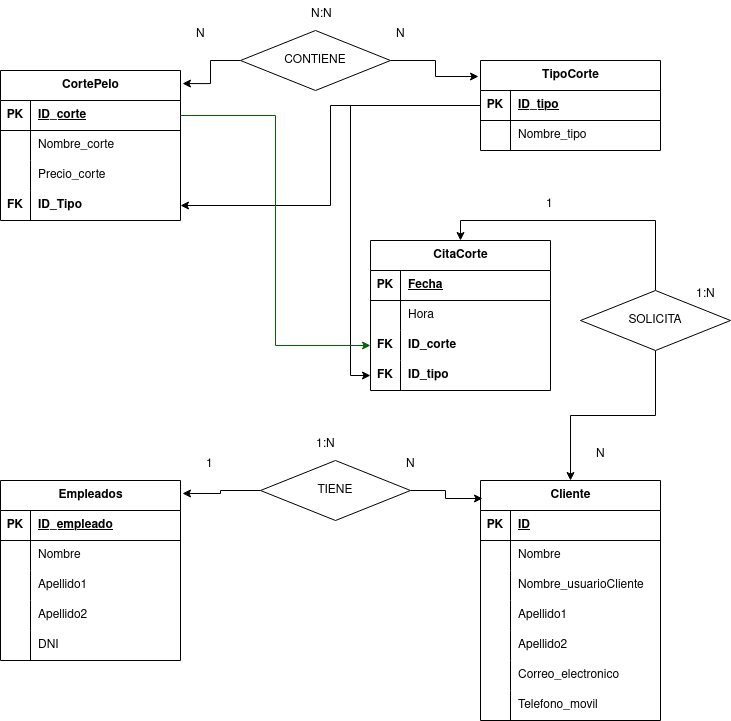
This is doc/entidad_relacion/DrawIO/Entidad-Relacion.png from Jorgeev27/Servicio-Peluqueria, a draw.io export, as it was before one commit. Source tidied: cells renumbered, new cells last; positions are measured from the earlier drawing's top-left corner, leaving out a move shared by most shapes.
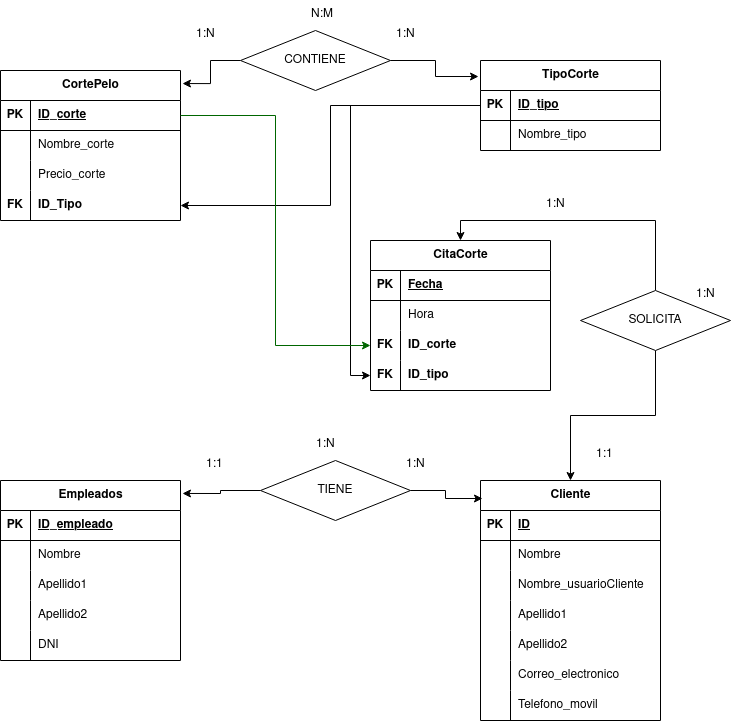
Above is the later version.

Change to the diagram source:
```diff
@@ -233,10 +233,10 @@
     <mxCell id="78" value="TIENE" style="shape=rhombus;perimeter=rhombusPerimeter;whiteSpace=wrap;html=1;align=center;" parent="1" vertex="1">
       <mxGeometry x="260" y="460" width="150" height="60" as="geometry" />
     </mxCell>
-    <mxCell id="79" value="1" style="text;strokeColor=none;fillColor=none;spacingLeft=4;spacingRight=4;overflow=hidden;fontSize=12;whiteSpace=wrap;html=1;" parent="1" vertex="1">
+    <mxCell id="79" value="1:1" style="text;strokeColor=none;fillColor=none;spacingLeft=4;spacingRight=4;overflow=hidden;fontSize=12;whiteSpace=wrap;html=1;" parent="1" vertex="1">
       <mxGeometry x="200" y="450" width="40" height="30" as="geometry" />
     </mxCell>
-    <mxCell id="80" value="N" style="text;strokeColor=none;fillColor=none;spacingLeft=4;spacingRight=4;overflow=hidden;fontSize=12;whiteSpace=wrap;html=1;" parent="1" vertex="1">
+    <mxCell id="80" value="1:N" style="text;strokeColor=none;fillColor=none;spacingLeft=4;spacingRight=4;overflow=hidden;fontSize=12;whiteSpace=wrap;html=1;" parent="1" vertex="1">
       <mxGeometry x="400" y="450" width="40" height="30" as="geometry" />
     </mxCell>
     <mxCell id="81" value="1:N" style="text;strokeColor=none;fillColor=none;spacingLeft=4;spacingRight=4;overflow=hidden;fontSize=12;whiteSpace=wrap;html=1;" parent="1" vertex="1">
@@ -251,13 +251,13 @@
     <mxCell id="84" value="CONTIENE" style="shape=rhombus;perimeter=rhombusPerimeter;whiteSpace=wrap;html=1;align=center;" parent="1" vertex="1">
       <mxGeometry x="240" y="30" width="150" height="60" as="geometry" />
     </mxCell>
-    <mxCell id="85" value="N" style="text;strokeColor=none;fillColor=none;spacingLeft=4;spacingRight=4;overflow=hidden;fontSize=12;whiteSpace=wrap;html=1;" parent="1" vertex="1">
+    <mxCell id="85" value="1:N" style="text;strokeColor=none;fillColor=none;spacingLeft=4;spacingRight=4;overflow=hidden;fontSize=12;whiteSpace=wrap;html=1;" parent="1" vertex="1">
       <mxGeometry x="190" y="20" width="40" height="30" as="geometry" />
     </mxCell>
-    <mxCell id="86" value="N" style="text;strokeColor=none;fillColor=none;spacingLeft=4;spacingRight=4;overflow=hidden;fontSize=12;whiteSpace=wrap;html=1;" parent="1" vertex="1">
+    <mxCell id="86" value="1:N" style="text;strokeColor=none;fillColor=none;spacingLeft=4;spacingRight=4;overflow=hidden;fontSize=12;whiteSpace=wrap;html=1;" parent="1" vertex="1">
       <mxGeometry x="390" y="20" width="40" height="30" as="geometry" />
     </mxCell>
-    <mxCell id="87" value="N:N" style="text;strokeColor=none;fillColor=none;spacingLeft=4;spacingRight=4;overflow=hidden;fontSize=12;whiteSpace=wrap;html=1;" parent="1" vertex="1">
+    <mxCell id="87" value="N:M" style="text;strokeColor=none;fillColor=none;spacingLeft=4;spacingRight=4;overflow=hidden;fontSize=12;whiteSpace=wrap;html=1;" parent="1" vertex="1">
       <mxGeometry x="305" width="40" height="30" as="geometry" />
     </mxCell>
     <mxCell id="88" style="edgeStyle=orthogonalEdgeStyle;rounded=0;jettySize=auto;html=1;exitX=0.5;exitY=0;exitDx=0;exitDy=0;entryX=0.5;entryY=0;entryDx=0;entryDy=0;" parent="1" edge="1" source="90" target="60">
@@ -269,13 +269,13 @@
     <mxCell id="90" value="SOLICITA" style="shape=rhombus;perimeter=rhombusPerimeter;whiteSpace=wrap;html=1;align=center;" parent="1" vertex="1">
       <mxGeometry x="580" y="290" width="150" height="60" as="geometry" />
     </mxCell>
-    <mxCell id="91" value="1" style="text;strokeColor=none;fillColor=none;spacingLeft=4;spacingRight=4;overflow=hidden;fontSize=12;whiteSpace=wrap;html=1;" parent="1" vertex="1">
+    <mxCell id="91" value="1:N" style="text;strokeColor=none;fillColor=none;spacingLeft=4;spacingRight=4;overflow=hidden;fontSize=12;whiteSpace=wrap;html=1;" parent="1" vertex="1">
       <mxGeometry x="540" y="190" width="40" height="30" as="geometry" />
     </mxCell>
     <mxCell id="92" value="1:N" style="text;strokeColor=none;fillColor=none;spacingLeft=4;spacingRight=4;overflow=hidden;fontSize=12;whiteSpace=wrap;html=1;" parent="1" vertex="1">
       <mxGeometry x="690" y="280" width="40" height="30" as="geometry" />
     </mxCell>
-    <mxCell id="93" value="N" style="text;strokeColor=none;fillColor=none;spacingLeft=4;spacingRight=4;overflow=hidden;fontSize=12;whiteSpace=wrap;html=1;" parent="1" vertex="1">
+    <mxCell id="93" value="1:1" style="text;strokeColor=none;fillColor=none;spacingLeft=4;spacingRight=4;overflow=hidden;fontSize=12;whiteSpace=wrap;html=1;" parent="1" vertex="1">
       <mxGeometry x="590" y="440" width="40" height="30" as="geometry" />
     </mxCell>
   </root>
```
